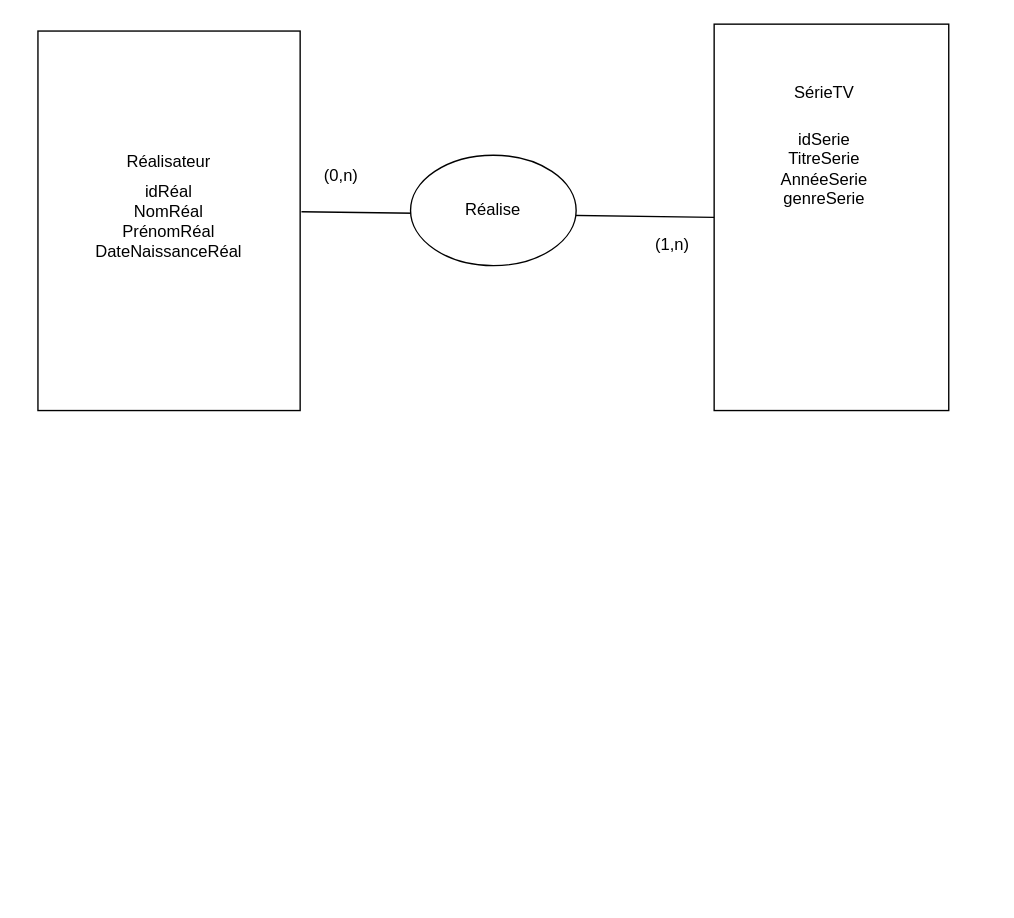
Above: ExercicesBDD/DiagramSerieTV.drawio in Willremi/Groupe6 (draw.io), before the change. Source tidied: cells renumbered, new cells numbered last; positions are measured from the earlier drawing's top-left corner, leaving out a move shared by most shapes. Both pictures are drawn from the tidied source at 138%, with x=0, y=0 at pixel (37, 23).
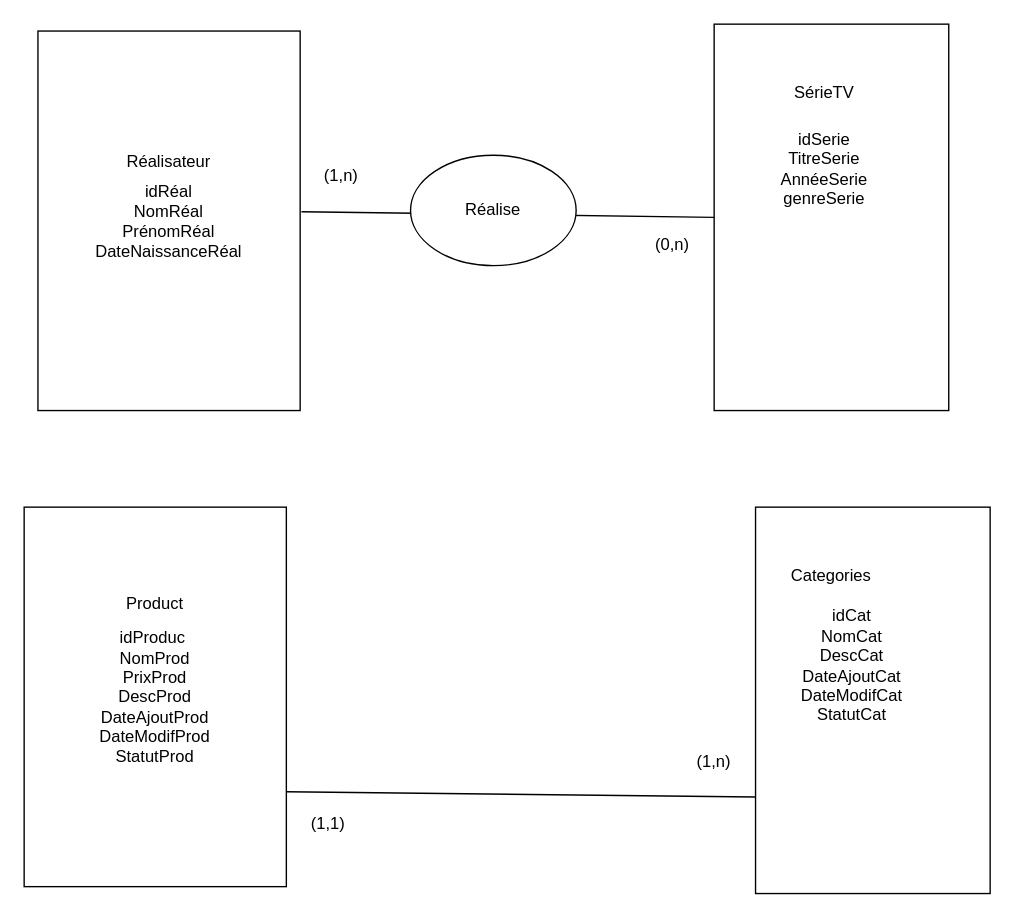
The same page after the edit.

Commit message:
Mettre à jour DiagramSerieTV.drawio

The edit, as a diff of the source:
```diff
@@
 <mxGraphModel>
   <root>
     <mxCell id="0" />
     <mxCell id="1" parent="0" />
     <mxCell id="2" value="idRéal &lt;br&gt;NomRéal &lt;br&gt;PrénomRéal &lt;br&gt;DateNaissanceRéal" style="rounded=0;whiteSpace=wrap;html=1;direction=south;" parent="1" vertex="1">
       <mxGeometry y="5" width="190" height="275" as="geometry" />
     </mxCell>
     <mxCell id="3" style="rounded=0;whiteSpace=wrap;html=1;" parent="1" vertex="1">
       <mxGeometry x="490" width="170" height="280" as="geometry" />
     </mxCell>
     <mxCell id="4" style="endArrow=none;html=1;exitX=0.476;exitY=-0.005;exitDx=0;exitDy=0;entryX=0;entryY=0.5;entryDx=0;entryDy=0;exitPerimeter=0;" parent="1" edge="1" source="2" target="3">
       <mxGeometry relative="1" as="geometry" />
     </mxCell>
-    <mxCell id="5" value="(0,n)" style="text;html=1;strokeColor=none;fillColor=none;align=center;verticalAlign=middle;whiteSpace=wrap;rounded=0;" parent="1" vertex="1">
+    <mxCell id="5" value="(1,n)" style="text;html=1;strokeColor=none;fillColor=none;align=center;verticalAlign=middle;whiteSpace=wrap;rounded=0;" parent="1" vertex="1">
       <mxGeometry x="200" y="100" width="40" height="20" as="geometry" />
     </mxCell>
-    <mxCell id="6" value="(1,n)" style="text;html=1;strokeColor=none;fillColor=none;align=center;verticalAlign=middle;whiteSpace=wrap;rounded=0;" parent="1" vertex="1">
+    <mxCell id="6" value="(0,n)" style="text;html=1;strokeColor=none;fillColor=none;align=center;verticalAlign=middle;whiteSpace=wrap;rounded=0;" parent="1" vertex="1">
       <mxGeometry x="440" y="150" width="40" height="20" as="geometry" />
     </mxCell>
     <mxCell id="7" value="Réalise" style="ellipse;whiteSpace=wrap;html=1;" parent="1" vertex="1">
       <mxGeometry x="270" y="95" width="120" height="80" as="geometry" />
     </mxCell>
     <mxCell id="8" value="Réalisateur" style="text;html=1;strokeColor=none;fillColor=none;align=center;verticalAlign=middle;whiteSpace=wrap;rounded=0;" parent="1" vertex="1">
       <mxGeometry x="75" y="90" width="40" height="20" as="geometry" />
     </mxCell>
     <mxCell id="9" value="SérieTV" style="text;html=1;strokeColor=none;fillColor=none;align=center;verticalAlign=middle;whiteSpace=wrap;rounded=0;" parent="1" vertex="1">
       <mxGeometry x="550" y="40" width="40" height="20" as="geometry" />
     </mxCell>
     <mxCell id="10" value="idSerie &lt;br&gt;TitreSerie &lt;br&gt;AnnéeSerie &lt;br&gt;genreSerie" style="text;html=1;strokeColor=none;fillColor=none;align=center;verticalAlign=middle;whiteSpace=wrap;rounded=0;" parent="1" vertex="1">
       <mxGeometry x="550" y="95" width="40" height="20" as="geometry" />
     </mxCell>
+    <mxCell id="11" value="idProduc&amp;nbsp;&lt;br&gt;NomProd&lt;br&gt;PrixProd&lt;br&gt;DescProd&lt;br&gt;DateAjoutProd&lt;br&gt;DateModifProd&lt;br&gt;StatutProd&lt;br&gt;" style="rounded=0;whiteSpace=wrap;html=1;direction=south;" parent="1" vertex="1">
+      <mxGeometry x="-10" y="350" width="190" height="275" as="geometry" />
+    </mxCell>
+    <mxCell id="12" value="Product" style="text;html=1;strokeColor=none;fillColor=none;align=center;verticalAlign=middle;whiteSpace=wrap;rounded=0;" parent="1" vertex="1">
+      <mxGeometry x="65" y="410" width="40" height="20" as="geometry" />
+    </mxCell>
+    <mxCell id="13" style="rounded=0;whiteSpace=wrap;html=1;" parent="1" vertex="1">
+      <mxGeometry x="520" y="350" width="170" height="280" as="geometry" />
+    </mxCell>
+    <mxCell id="14" value="Categories" style="text;html=1;strokeColor=none;fillColor=none;align=center;verticalAlign=middle;whiteSpace=wrap;rounded=0;" parent="1" vertex="1">
+      <mxGeometry x="555" y="390" width="40" height="20" as="geometry" />
+    </mxCell>
+    <mxCell id="15" value="idCat&lt;br&gt;NomCat&lt;br&gt;DescCat&lt;br&gt;DateAjoutCat&lt;br&gt;DateModifCat&lt;br&gt;StatutCat" style="text;html=1;strokeColor=none;fillColor=none;align=center;verticalAlign=middle;whiteSpace=wrap;rounded=0;" parent="1" vertex="1">
+      <mxGeometry x="570" y="460" width="40" height="10" as="geometry" />
+    </mxCell>
+    <mxCell id="16" value="(1,n)" style="text;html=1;strokeColor=none;fillColor=none;align=center;verticalAlign=middle;whiteSpace=wrap;rounded=0;" parent="1" vertex="1">
+      <mxGeometry x="470" y="525" width="40" height="20" as="geometry" />
+    </mxCell>
+    <mxCell id="17" value="(1,1)" style="text;html=1;align=center;verticalAlign=middle;" parent="1" vertex="1">
+      <mxGeometry x="190" y="570" width="40" height="20" as="geometry" />
+    </mxCell>
+    <mxCell id="18" style="endArrow=none;html=1;exitX=0.75;exitY=0;exitDx=0;exitDy=0;entryX=0;entryY=0.75;entryDx=0;entryDy=0;" parent="1" edge="1" source="11" target="13">
+      <mxGeometry relative="1" as="geometry" />
+    </mxCell>
   </root>
 </mxGraphModel>
```
